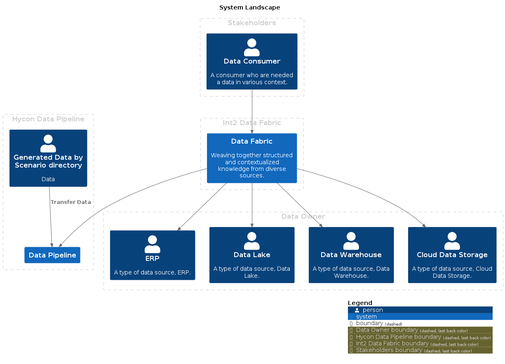
Earlier version of the PlantUML export master/png/SystemLandscape.png (IntellectusCorp/data-fabric-docs).
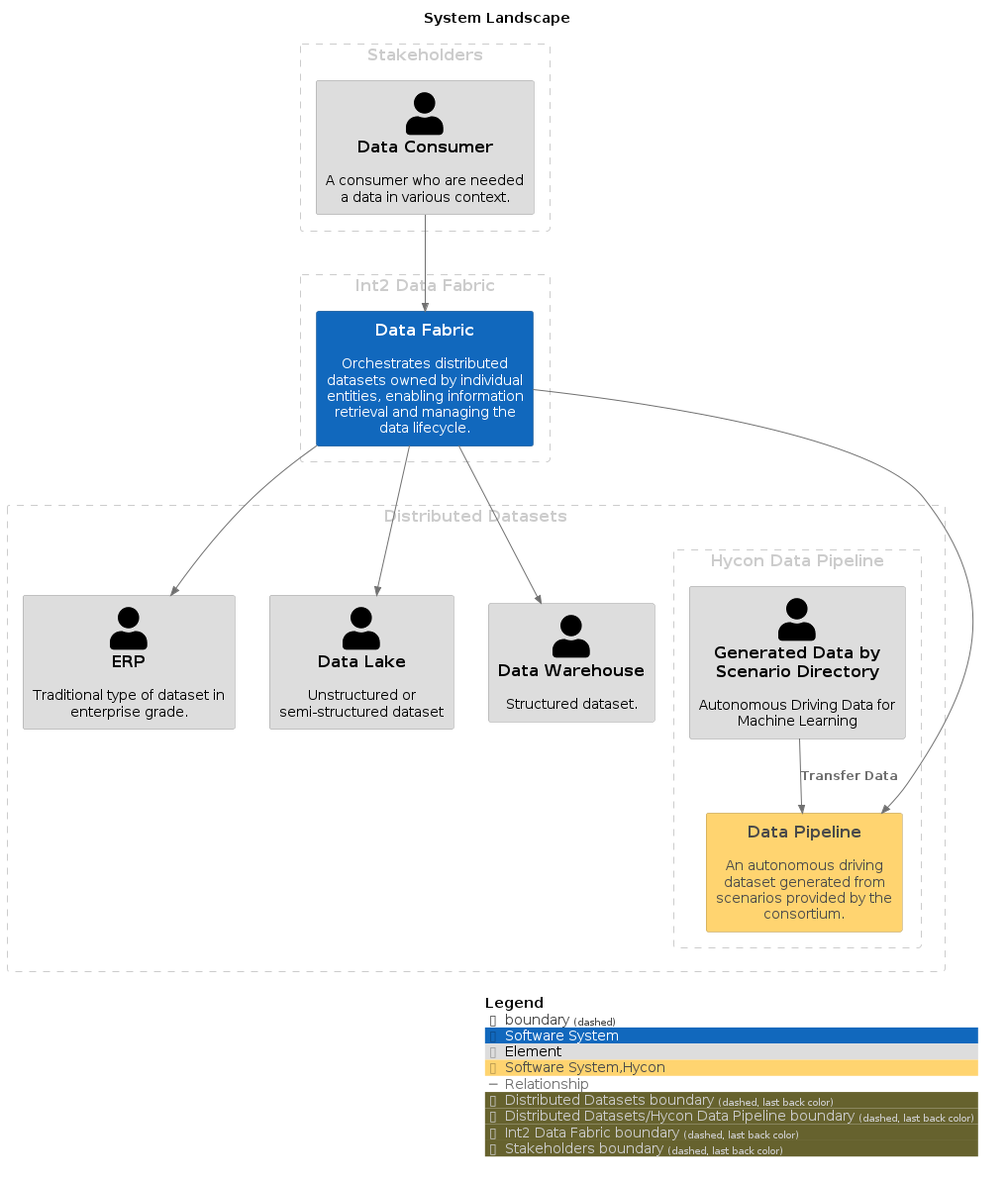
Above is the later version.

The edit, as a diff of the source:
```diff
@@ -7,38 +7,42 @@
 !include <C4/C4>
 !include <C4/C4_Context>
 
-AddBoundaryTag("Data Owner", $borderColor="#cccccc", $fontColor="#cccccc")
-Boundary(group_1, "Data Owner", $tags="Data Owner") {
-  Person(ERP, "ERP", $descr="A type of data source, ERP.", $tags="", $link="")
-  Person(DataLake, "Data Lake", $descr="A type of data source, Data Lake.", $tags="", $link="")
-  Person(DataWarehouse, "Data Warehouse", $descr="A type of data source, Data Warehouse.", $tags="", $link="")
-  Person(CloudDataStorage, "Cloud Data Storage", $descr="A type of data source, Cloud Data Storage.", $tags="", $link="")
-}
+AddElementTag("Software System", $bgColor="#1168bd", $borderColor="#0b4884", $fontColor="#ffffff", $sprite="", $shadowing="")
+AddElementTag("Element", $bgColor="#dddddd", $borderColor="#9a9a9a", $fontColor="#000000", $sprite="", $shadowing="")
+AddElementTag("Software System,Hycon", $bgColor="#ffd470", $borderColor="#b2944e", $fontColor="#4a4a4a", $sprite="", $shadowing="")
 
-AddBoundaryTag("Hycon Data Pipeline", $borderColor="#cccccc", $fontColor="#cccccc")
-Boundary(group_2, "Hycon Data Pipeline", $tags="Hycon Data Pipeline") {
-  Person(GeneratedDatabyScenariodirectory, "Generated Data by Scenario directory", $descr="Data", $tags="", $link="")
-  System(DataPipeline, "Data Pipeline", $descr="", $tags="", $link="")
+AddRelTag("Relationship", $textColor="#707070", $lineColor="#707070", $lineStyle = "")
+
+AddBoundaryTag("Distributed Datasets", $borderColor="#cccccc", $fontColor="#cccccc")
+Boundary(group_1, "Distributed Datasets", $tags="Distributed Datasets") {
+  Person(ERP, "ERP", $descr="Traditional type of dataset in enterprise grade.", $tags="Element", $link="")
+  Person(DataLake, "Data Lake", $descr="Unstructured or semi-structured dataset", $tags="Element", $link="")
+  Person(DataWarehouse, "Data Warehouse", $descr="Structured dataset.", $tags="Element", $link="")
+    AddBoundaryTag("Distributed Datasets/Hycon Data Pipeline", $borderColor="#cccccc", $fontColor="#cccccc")
+    Boundary(group_2, "Hycon Data Pipeline", $tags="Distributed Datasets/Hycon Data Pipeline") {
+      Person(GeneratedDatabyScenarioDirectory, "Generated Data by Scenario Directory", $descr="Autonomous Driving Data for Machine Learning", $tags="Element", $link="")
+      System(DataPipeline, "Data Pipeline", $descr="An autonomous driving dataset generated from scenarios provided by the consortium.", $tags="Software System,Hycon", $link="")
+    }
+
 }
 
 AddBoundaryTag("Int2 Data Fabric", $borderColor="#cccccc", $fontColor="#cccccc")
 Boundary(group_3, "Int2 Data Fabric", $tags="Int2 Data Fabric") {
-  System(DataFabric, "Data Fabric", $descr="Weaving together structured and contextualized knowledge from diverse sources.", $tags="", $link="")
+  System(DataFabric, "Data Fabric", $descr="Orchestrates distributed datasets owned by individual entities, enabling information retrieval and managing the data lifecycle.", $tags="Software System", $link="")
 }
 
 AddBoundaryTag("Stakeholders", $borderColor="#cccccc", $fontColor="#cccccc")
 Boundary(group_4, "Stakeholders", $tags="Stakeholders") {
-  Person(DataConsumer, "Data Consumer", $descr="A consumer who are needed a data in various context.", $tags="", $link="")
+  Person(DataConsumer, "Data Consumer", $descr="A consumer who are needed a data in various context.", $tags="Element", $link="")
 }
 
 
-Rel_D(GeneratedDatabyScenariodirectory, DataPipeline, "Transfer Data", $techn="", $tags="", $link="")
-Rel_D(DataFabric, DataPipeline, "", $techn="", $tags="", $link="")
-Rel_D(DataConsumer, DataFabric, "", $techn="", $tags="", $link="")
-Rel_D(DataFabric, ERP, "", $techn="", $tags="", $link="")
-Rel_D(DataFabric, DataLake, "", $techn="", $tags="", $link="")
-Rel_D(DataFabric, DataWarehouse, "", $techn="", $tags="", $link="")
-Rel_D(DataFabric, CloudDataStorage, "", $techn="", $tags="", $link="")
+Rel_D(GeneratedDatabyScenarioDirectory, DataPipeline, "Transfer Data", $techn="", $tags="Relationship", $link="")
+Rel_D(DataFabric, DataPipeline, "", $techn="", $tags="Relationship", $link="")
+Rel_D(DataConsumer, DataFabric, "", $techn="", $tags="Relationship", $link="")
+Rel_D(DataFabric, ERP, "", $techn="", $tags="Relationship", $link="")
+Rel_D(DataFabric, DataLake, "", $techn="", $tags="Relationship", $link="")
+Rel_D(DataFabric, DataWarehouse, "", $techn="", $tags="Relationship", $link="")
 
 SHOW_LEGEND(true)
 @enduml
```
